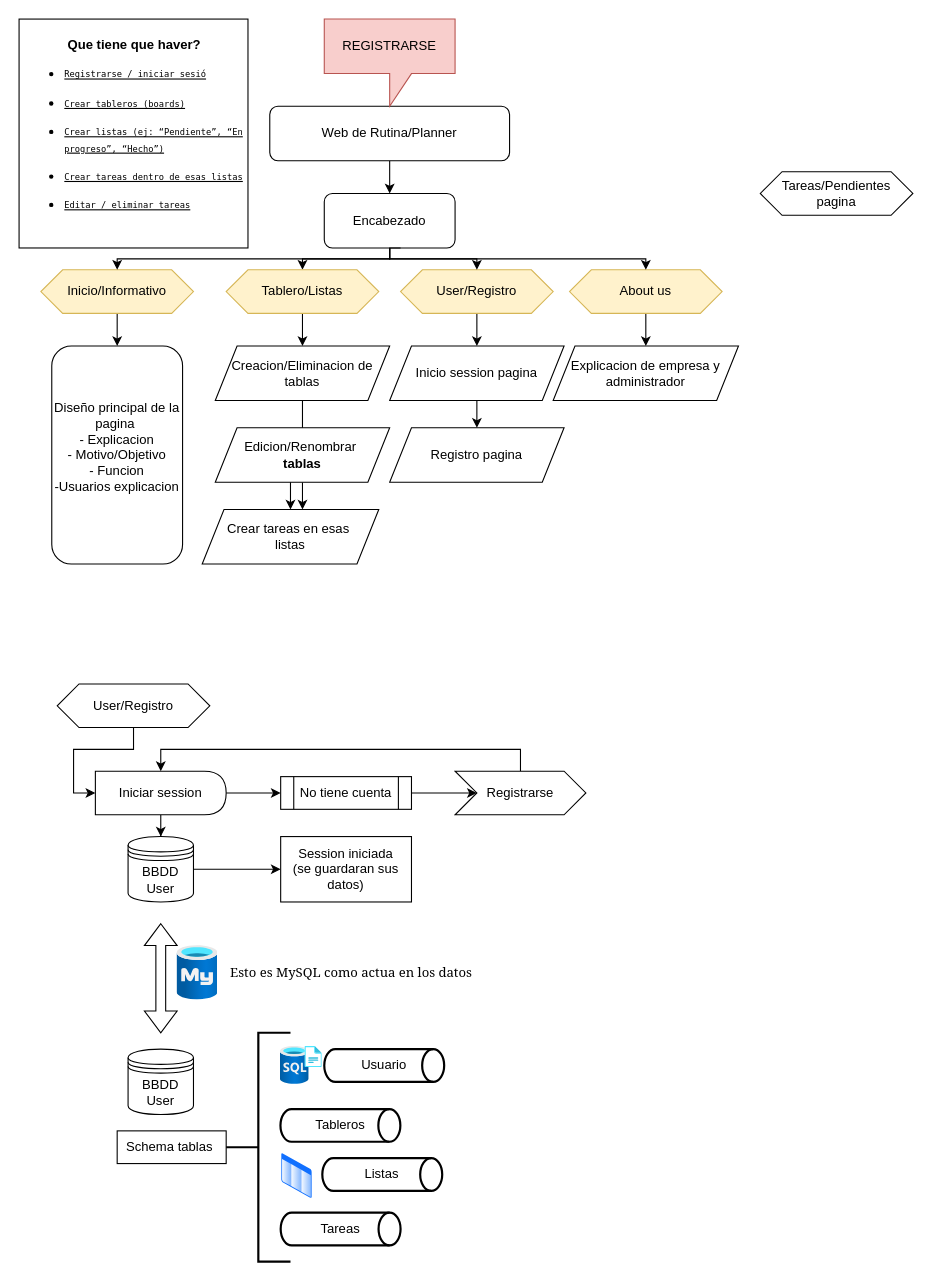
This is Diagrama_gestor_de_tareas.drawio from samDroid132/Diagrama---programacion-proyectos, a draw.io file, before an edit. Source tidied: cells renumbered, new cells numbered last; positions are measured from the earlier drawing's top-left corner, leaving out a move shared by most shapes. Both pictures are drawn from the tidied source at 109%, with x=0, y=0 at pixel (19, 19).
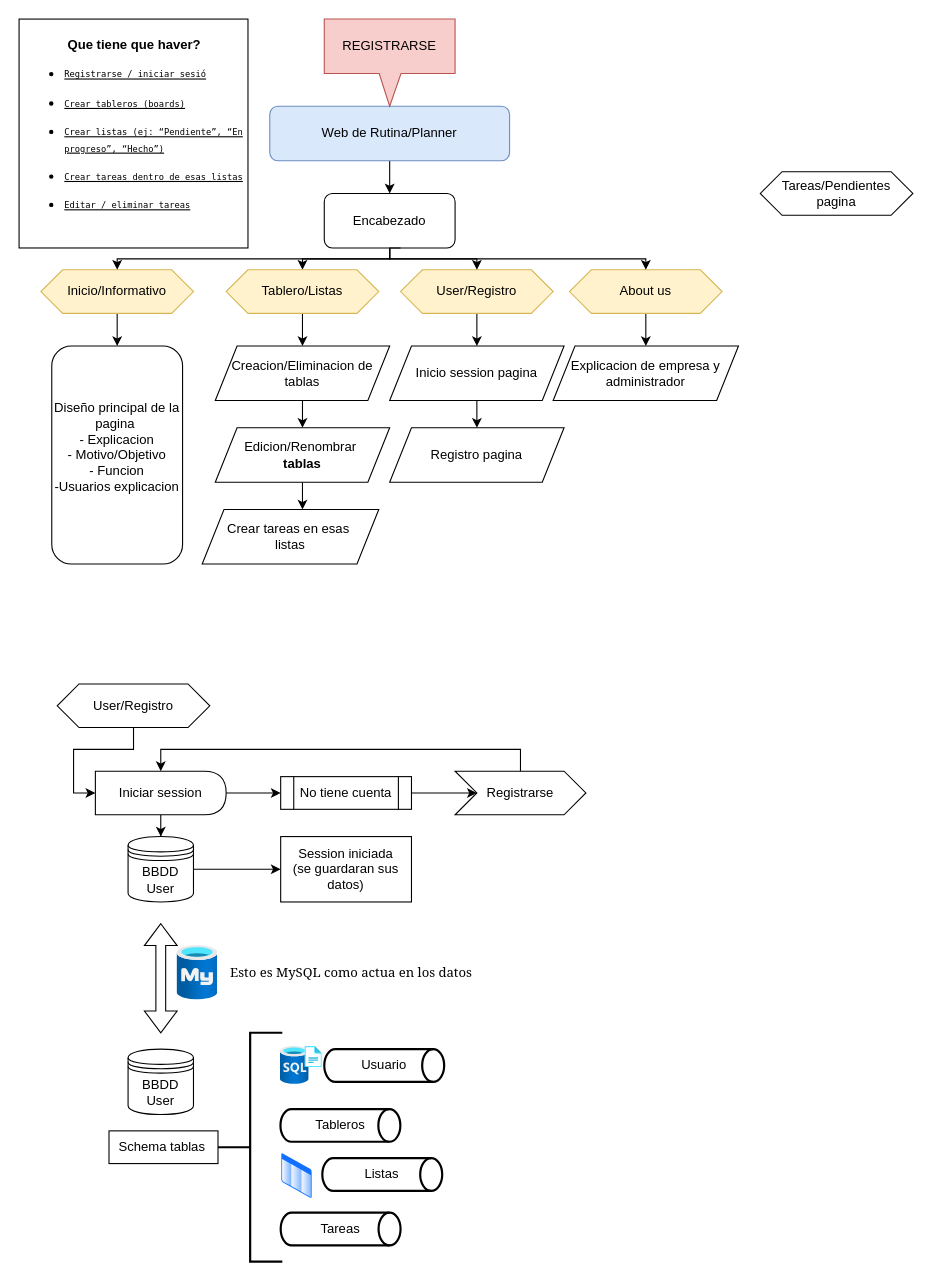
The same diagram, later.

Unchanged cells that the change refers to:
```xml
<mxCell id="18" value="Creacion/Eliminacion de tablas" style="shape=parallelogram;perimeter=parallelogramPerimeter;whiteSpace=wrap;html=1;fixedSize=1;" parent="1" vertex="1">
  <mxGeometry x="180" y="300" width="160" height="50" as="geometry" />
</mxCell>
<mxCell id="20" value="Edicion/Renombrar&amp;nbsp;&lt;div&gt;&lt;b&gt;tablas&lt;/b&gt;&lt;/div&gt;" style="shape=parallelogram;perimeter=parallelogramPerimeter;whiteSpace=wrap;html=1;fixedSize=1;" parent="1" vertex="1">
  <mxGeometry x="180" y="375" width="160" height="50" as="geometry" />
</mxCell>
<mxCell id="21" value="Crear tareas en esas&amp;nbsp;&lt;div&gt;listas&lt;/div&gt;" style="shape=parallelogram;perimeter=parallelogramPerimeter;whiteSpace=wrap;html=1;fixedSize=1;" parent="1" vertex="1">
  <mxGeometry x="168" y="450" width="162" height="50" as="geometry" />
</mxCell>
```

Change to the diagram source:
```diff
@@
-    <mxCell id="3" value="Web de Rutina/Planner" style="rounded=1;whiteSpace=wrap;html=1;" parent="1" vertex="1">
+    <mxCell id="3" value="Web de Rutina/Planner" style="rounded=1;whiteSpace=wrap;html=1;fillColor=#dae8fc;strokeColor=#6c8ebf;" parent="1" vertex="1">
       <mxGeometry x="230" y="80" width="220" height="50" as="geometry" />
     </mxCell>
@@
-    <mxCell id="17" style="edgeStyle=orthogonalEdgeStyle;rounded=0;jettySize=auto;html=1;" parent="1" edge="1" source="18" target="21">
+    <mxCell id="17" style="edgeStyle=orthogonalEdgeStyle;rounded=0;jettySize=auto;html=1;entryX=0.5;entryY=0;entryDx=0;entryDy=0;" parent="1" edge="1" source="18" target="20">
       <mxGeometry relative="1" as="geometry" />
     </mxCell>
@@
     <mxCell id="41" value="Schema tablas&amp;nbsp;" style="rounded=0;whiteSpace=wrap;html=1;" parent="1" vertex="1">
-      <mxGeometry x="90" y="1020" width="100" height="30" as="geometry" />
+      <mxGeometry x="82.5" y="1020" width="100" height="30" as="geometry" />
     </mxCell>
     <mxCell id="42" style="strokeWidth=2;html=1;shape=mxgraph.flowchart.annotation_2;align=left;labelPosition=right;" parent="1" vertex="1">
-      <mxGeometry x="190" y="930" width="59" height="210" as="geometry" />
+      <mxGeometry x="182.5" y="930" width="59" height="210" as="geometry" />
     </mxCell>
@@
-    <mxCell id="50" value="&lt;span style=&quot;&quot;&gt;REGISTRARSE&lt;/span&gt;" style="shape=callout;whiteSpace=wrap;html=1;perimeter=calloutPerimeter;fillColor=#f8cecc;strokeColor=#b85450;fontColor=default;labelBackgroundColor=none;" parent="1" vertex="1">
+    <mxCell id="50" value="&lt;span style=&quot;&quot;&gt;REGISTRARSE&lt;/span&gt;" style="shape=callout;whiteSpace=wrap;html=1;perimeter=calloutPerimeter;fillColor=#f8cecc;strokeColor=#b85450;fontColor=default;labelBackgroundColor=none;size=30;position=0.42;" parent="1" vertex="1">
       <mxGeometry x="280" width="120" height="80" as="geometry" />
     </mxCell>
```
